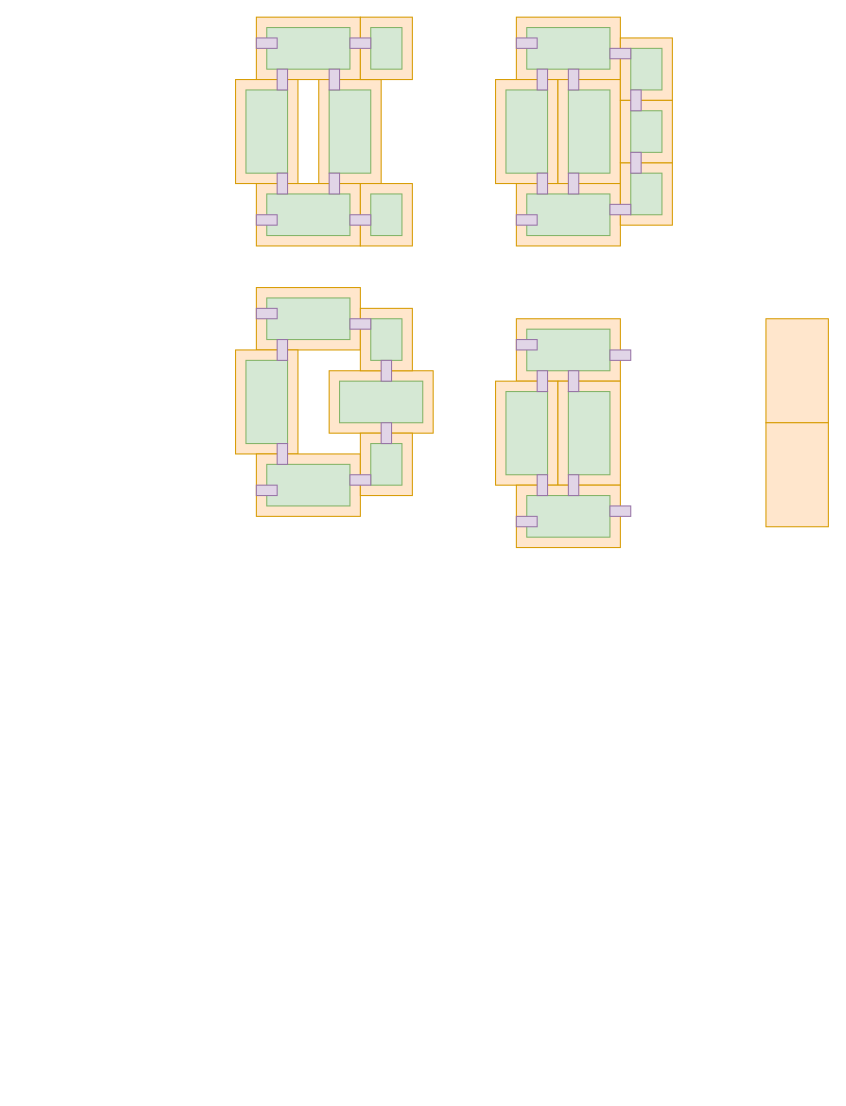
Above: StarRupture/BASE.drawio in JohnHavenward/Draw.io_Diagrams (draw.io), before the change. Source tidied: cells renumbered, new cells numbered last; positions are measured from the earlier drawing's top-left corner, leaving out a move shared by most shapes. Both pictures are drawn from the tidied source at 104%, with x=0, y=0 at pixel (214, 17).
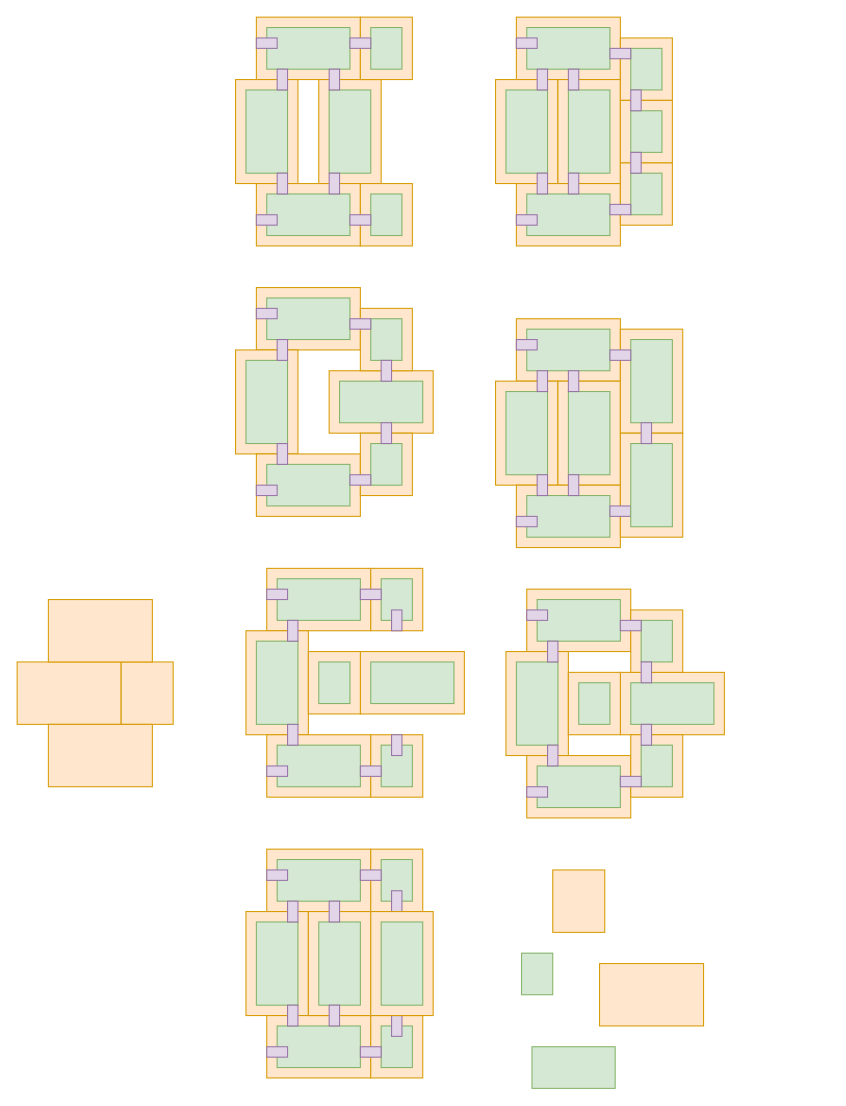
The same page after the edit.

Diff of the diagram source:
```diff
@@
-    <mxCell id="56" style="rounded=0;whiteSpace=wrap;html=1;fillColor=#e1d5e7;strokeColor=#9673a6;" parent="1" vertex="1">
-      <mxGeometry x="380" y="320" width="20" height="10" as="geometry" />
-    </mxCell>
@@
-    <mxCell id="59" style="rounded=0;whiteSpace=wrap;html=1;fillColor=#e1d5e7;strokeColor=#9673a6;" parent="1" vertex="1">
-      <mxGeometry x="380" y="470" width="20" height="10" as="geometry" />
-    </mxCell>
@@
     <mxCell id="62" style="rounded=0;whiteSpace=wrap;html=1;rotation=90;fillColor=#ffe6cc;strokeColor=#d79b00;" parent="1" vertex="1">
-      <mxGeometry x="510" y="310" width="100" height="60" as="geometry" />
+      <mxGeometry x="370" y="320" width="100" height="60" as="geometry" />
     </mxCell>
     <mxCell id="63" style="rounded=0;whiteSpace=wrap;html=1;rotation=90;fillColor=#ffe6cc;strokeColor=#d79b00;" parent="1" vertex="1">
-      <mxGeometry x="510" y="410" width="100" height="60" as="geometry" />
+      <mxGeometry x="370" y="420" width="100" height="60" as="geometry" />
     </mxCell>
@@
+    <mxCell id="59" style="rounded=0;whiteSpace=wrap;html=1;fillColor=#e1d5e7;strokeColor=#9673a6;" parent="1" vertex="1">
+      <mxGeometry x="380" y="470" width="20" height="10" as="geometry" />
+    </mxCell>
@@
+    <mxCell id="84" style="rounded=0;whiteSpace=wrap;html=1;rotation=90;fillColor=#d5e8d4;strokeColor=#82b366;" parent="1" vertex="1">
+      <mxGeometry x="380" y="330" width="80" height="40" as="geometry" />
+    </mxCell>
+    <mxCell id="85" style="rounded=0;whiteSpace=wrap;html=1;rotation=90;fillColor=#d5e8d4;strokeColor=#82b366;" parent="1" vertex="1">
+      <mxGeometry x="380" y="430" width="80" height="40" as="geometry" />
+    </mxCell>
+    <mxCell id="56" style="rounded=0;whiteSpace=wrap;html=1;fillColor=#e1d5e7;strokeColor=#9673a6;" parent="1" vertex="1">
+      <mxGeometry x="380" y="320" width="20" height="10" as="geometry" />
+    </mxCell>
+    <mxCell id="86" style="rounded=0;whiteSpace=wrap;html=1;fillColor=#e1d5e7;strokeColor=#9673a6;" parent="1" vertex="1">
+      <mxGeometry x="410" y="390" width="10" height="20" as="geometry" />
+    </mxCell>
+    <mxCell id="87" style="rounded=0;whiteSpace=wrap;html=1;fillColor=#ffe6cc;strokeColor=#d79b00;fillStyle=auto;strokeWidth=1;perimeterSpacing=0;" parent="1" vertex="1">
+      <mxGeometry x="-190" y="620" width="100" height="60" as="geometry" />
+    </mxCell>
+    <mxCell id="88" style="rounded=0;whiteSpace=wrap;html=1;fillColor=#ffe6cc;strokeColor=#d79b00;fillStyle=auto;strokeWidth=1;perimeterSpacing=0;" parent="1" vertex="1">
+      <mxGeometry x="-90" y="620" width="50" height="60" as="geometry" />
+    </mxCell>
+    <mxCell id="89" style="rounded=0;whiteSpace=wrap;html=1;fillColor=#ffe6cc;strokeColor=#d79b00;fillStyle=auto;strokeWidth=1;perimeterSpacing=0;" parent="1" vertex="1">
+      <mxGeometry x="-160" y="560" width="100" height="60" as="geometry" />
+    </mxCell>
+    <mxCell id="90" style="rounded=0;whiteSpace=wrap;html=1;fillColor=#ffe6cc;strokeColor=#d79b00;fillStyle=auto;strokeWidth=1;perimeterSpacing=0;" parent="1" vertex="1">
+      <mxGeometry x="-160" y="680" width="100" height="60" as="geometry" />
+    </mxCell>
+    <mxCell id="91" style="rounded=0;whiteSpace=wrap;html=1;fillColor=#ffe6cc;strokeColor=#d79b00;fillStyle=auto;strokeWidth=1;perimeterSpacing=0;" parent="1" vertex="1">
+      <mxGeometry x="300" y="550" width="100" height="60" as="geometry" />
+    </mxCell>
+    <mxCell id="92" style="rounded=0;whiteSpace=wrap;html=1;rotation=90;fillColor=#ffe6cc;strokeColor=#d79b00;" parent="1" vertex="1">
+      <mxGeometry x="260" y="630" width="100" height="60" as="geometry" />
+    </mxCell>
+    <mxCell id="93" style="rounded=0;whiteSpace=wrap;html=1;rotation=90;fillColor=#ffe6cc;strokeColor=#d79b00;direction=south;" parent="1" vertex="1">
+      <mxGeometry x="410" y="610" width="60" height="100" as="geometry" />
+    </mxCell>
+    <mxCell id="94" style="rounded=0;whiteSpace=wrap;html=1;fillColor=#d5e8d4;strokeColor=#82b366;" parent="1" vertex="1">
+      <mxGeometry x="310" y="560" width="80" height="40" as="geometry" />
+    </mxCell>
+    <mxCell id="95" style="rounded=0;whiteSpace=wrap;html=1;rotation=90;fillColor=#d5e8d4;strokeColor=#82b366;" parent="1" vertex="1">
+      <mxGeometry x="270" y="640" width="80" height="40" as="geometry" />
+    </mxCell>
+    <mxCell id="96" style="rounded=0;whiteSpace=wrap;html=1;rotation=90;fillColor=#d5e8d4;strokeColor=#82b366;direction=south;" parent="1" vertex="1">
+      <mxGeometry x="420" y="620" width="40" height="80" as="geometry" />
+    </mxCell>
+    <mxCell id="97" style="rounded=0;whiteSpace=wrap;html=1;fillColor=#ffe6cc;strokeColor=#d79b00;fillStyle=auto;strokeWidth=1;perimeterSpacing=0;" parent="1" vertex="1">
+      <mxGeometry x="300" y="710" width="100" height="60" as="geometry" />
+    </mxCell>
+    <mxCell id="98" style="rounded=0;whiteSpace=wrap;html=1;fillColor=#d5e8d4;strokeColor=#82b366;" parent="1" vertex="1">
+      <mxGeometry x="310" y="720" width="80" height="40" as="geometry" />
+    </mxCell>
+    <mxCell id="99" style="rounded=0;whiteSpace=wrap;html=1;fillColor=#ffe6cc;strokeColor=#d79b00;fillStyle=auto;strokeWidth=1;perimeterSpacing=0;" parent="1" vertex="1">
+      <mxGeometry x="400" y="570" width="50" height="60" as="geometry" />
+    </mxCell>
+    <mxCell id="100" style="rounded=0;whiteSpace=wrap;html=1;fillColor=#d5e8d4;strokeColor=#82b366;" parent="1" vertex="1">
+      <mxGeometry x="410" y="580" width="30" height="40" as="geometry" />
+    </mxCell>
+    <mxCell id="101" style="rounded=0;whiteSpace=wrap;html=1;fillColor=#ffe6cc;strokeColor=#d79b00;fillStyle=auto;strokeWidth=1;perimeterSpacing=0;" parent="1" vertex="1">
+      <mxGeometry x="400" y="690" width="50" height="60" as="geometry" />
+    </mxCell>
+    <mxCell id="102" style="rounded=0;whiteSpace=wrap;html=1;fillColor=#d5e8d4;strokeColor=#82b366;" parent="1" vertex="1">
+      <mxGeometry x="410" y="700" width="30" height="40" as="geometry" />
+    </mxCell>
+    <mxCell id="103" style="rounded=0;whiteSpace=wrap;html=1;fillColor=#e1d5e7;strokeColor=#9673a6;" parent="1" vertex="1">
+      <mxGeometry x="320" y="700" width="10" height="20" as="geometry" />
+    </mxCell>
+    <mxCell id="104" style="rounded=0;whiteSpace=wrap;html=1;fillColor=#e1d5e7;strokeColor=#9673a6;" parent="1" vertex="1">
+      <mxGeometry x="320" y="600" width="10" height="20" as="geometry" />
+    </mxCell>
+    <mxCell id="105" style="rounded=0;whiteSpace=wrap;html=1;fillColor=#e1d5e7;strokeColor=#9673a6;" parent="1" vertex="1">
+      <mxGeometry x="300" y="570" width="20" height="10" as="geometry" />
+    </mxCell>
+    <mxCell id="106" style="rounded=0;whiteSpace=wrap;html=1;fillColor=#e1d5e7;strokeColor=#9673a6;" parent="1" vertex="1">
+      <mxGeometry x="300" y="740" width="20" height="10" as="geometry" />
+    </mxCell>
+    <mxCell id="107" style="rounded=0;whiteSpace=wrap;html=1;fillColor=#e1d5e7;strokeColor=#9673a6;" parent="1" vertex="1">
+      <mxGeometry x="390" y="580" width="20" height="10" as="geometry" />
+    </mxCell>
+    <mxCell id="108" style="rounded=0;whiteSpace=wrap;html=1;fillColor=#e1d5e7;strokeColor=#9673a6;" parent="1" vertex="1">
+      <mxGeometry x="390" y="730" width="20" height="10" as="geometry" />
+    </mxCell>
+    <mxCell id="109" style="rounded=0;whiteSpace=wrap;html=1;fillColor=#e1d5e7;strokeColor=#9673a6;" parent="1" vertex="1">
+      <mxGeometry x="410" y="680" width="10" height="20" as="geometry" />
+    </mxCell>
+    <mxCell id="110" style="rounded=0;whiteSpace=wrap;html=1;fillColor=#e1d5e7;strokeColor=#9673a6;" parent="1" vertex="1">
+      <mxGeometry x="410" y="620" width="10" height="20" as="geometry" />
+    </mxCell>
+    <mxCell id="111" style="rounded=0;whiteSpace=wrap;html=1;fillColor=#ffe6cc;strokeColor=#d79b00;fillStyle=auto;strokeWidth=1;perimeterSpacing=0;" parent="1" vertex="1">
+      <mxGeometry x="340" y="630" width="50" height="60" as="geometry" />
+    </mxCell>
+    <mxCell id="112" style="rounded=0;whiteSpace=wrap;html=1;fillColor=#d5e8d4;strokeColor=#82b366;" parent="1" vertex="1">
+      <mxGeometry x="350" y="640" width="30" height="40" as="geometry" />
+    </mxCell>
+    <mxCell id="113" style="rounded=0;whiteSpace=wrap;html=1;fillColor=#ffe6cc;strokeColor=#d79b00;fillStyle=auto;strokeWidth=1;perimeterSpacing=0;" parent="1" vertex="1">
+      <mxGeometry x="50" y="530" width="100" height="60" as="geometry" />
+    </mxCell>
+    <mxCell id="114" style="rounded=0;whiteSpace=wrap;html=1;rotation=90;fillColor=#ffe6cc;strokeColor=#d79b00;" parent="1" vertex="1">
+      <mxGeometry x="10" y="610" width="100" height="60" as="geometry" />
+    </mxCell>
+    <mxCell id="115" style="rounded=0;whiteSpace=wrap;html=1;rotation=90;fillColor=#ffe6cc;strokeColor=#d79b00;direction=south;" parent="1" vertex="1">
+      <mxGeometry x="160" y="590" width="60" height="100" as="geometry" />
+    </mxCell>
+    <mxCell id="116" style="rounded=0;whiteSpace=wrap;html=1;fillColor=#d5e8d4;strokeColor=#82b366;" parent="1" vertex="1">
+      <mxGeometry x="60" y="540" width="80" height="40" as="geometry" />
+    </mxCell>
+    <mxCell id="117" style="rounded=0;whiteSpace=wrap;html=1;rotation=90;fillColor=#d5e8d4;strokeColor=#82b366;" parent="1" vertex="1">
+      <mxGeometry x="20" y="620" width="80" height="40" as="geometry" />
+    </mxCell>
+    <mxCell id="118" style="rounded=0;whiteSpace=wrap;html=1;rotation=90;fillColor=#d5e8d4;strokeColor=#82b366;direction=south;" parent="1" vertex="1">
+      <mxGeometry x="170" y="600" width="40" height="80" as="geometry" />
+    </mxCell>
+    <mxCell id="119" style="rounded=0;whiteSpace=wrap;html=1;fillColor=#ffe6cc;strokeColor=#d79b00;fillStyle=auto;strokeWidth=1;perimeterSpacing=0;" parent="1" vertex="1">
+      <mxGeometry x="50" y="690" width="100" height="60" as="geometry" />
+    </mxCell>
+    <mxCell id="120" style="rounded=0;whiteSpace=wrap;html=1;fillColor=#d5e8d4;strokeColor=#82b366;" parent="1" vertex="1">
+      <mxGeometry x="60" y="700" width="80" height="40" as="geometry" />
+    </mxCell>
+    <mxCell id="121" style="rounded=0;whiteSpace=wrap;html=1;fillColor=#ffe6cc;strokeColor=#d79b00;fillStyle=auto;strokeWidth=1;perimeterSpacing=0;" parent="1" vertex="1">
+      <mxGeometry x="150" y="530" width="50" height="60" as="geometry" />
+    </mxCell>
+    <mxCell id="122" style="rounded=0;whiteSpace=wrap;html=1;fillColor=#d5e8d4;strokeColor=#82b366;" parent="1" vertex="1">
+      <mxGeometry x="160" y="540" width="30" height="40" as="geometry" />
+    </mxCell>
+    <mxCell id="123" style="rounded=0;whiteSpace=wrap;html=1;fillColor=#ffe6cc;strokeColor=#d79b00;fillStyle=auto;strokeWidth=1;perimeterSpacing=0;" parent="1" vertex="1">
+      <mxGeometry x="150" y="690" width="50" height="60" as="geometry" />
+    </mxCell>
+    <mxCell id="124" style="rounded=0;whiteSpace=wrap;html=1;fillColor=#d5e8d4;strokeColor=#82b366;" parent="1" vertex="1">
+      <mxGeometry x="160" y="700" width="30" height="40" as="geometry" />
+    </mxCell>
+    <mxCell id="125" style="rounded=0;whiteSpace=wrap;html=1;fillColor=#e1d5e7;strokeColor=#9673a6;" parent="1" vertex="1">
+      <mxGeometry x="70" y="680" width="10" height="20" as="geometry" />
+    </mxCell>
+    <mxCell id="126" style="rounded=0;whiteSpace=wrap;html=1;fillColor=#e1d5e7;strokeColor=#9673a6;" parent="1" vertex="1">
+      <mxGeometry x="70" y="580" width="10" height="20" as="geometry" />
+    </mxCell>
+    <mxCell id="127" style="rounded=0;whiteSpace=wrap;html=1;fillColor=#e1d5e7;strokeColor=#9673a6;" parent="1" vertex="1">
+      <mxGeometry x="50" y="550" width="20" height="10" as="geometry" />
+    </mxCell>
+    <mxCell id="128" style="rounded=0;whiteSpace=wrap;html=1;fillColor=#e1d5e7;strokeColor=#9673a6;" parent="1" vertex="1">
+      <mxGeometry x="50" y="720" width="20" height="10" as="geometry" />
+    </mxCell>
+    <mxCell id="129" style="rounded=0;whiteSpace=wrap;html=1;fillColor=#e1d5e7;strokeColor=#9673a6;" parent="1" vertex="1">
+      <mxGeometry x="140" y="550" width="20" height="10" as="geometry" />
+    </mxCell>
+    <mxCell id="130" style="rounded=0;whiteSpace=wrap;html=1;fillColor=#e1d5e7;strokeColor=#9673a6;" parent="1" vertex="1">
+      <mxGeometry x="140" y="720" width="20" height="10" as="geometry" />
+    </mxCell>
+    <mxCell id="131" style="rounded=0;whiteSpace=wrap;html=1;fillColor=#e1d5e7;strokeColor=#9673a6;" parent="1" vertex="1">
+      <mxGeometry x="170" y="690" width="10" height="20" as="geometry" />
+    </mxCell>
+    <mxCell id="132" style="rounded=0;whiteSpace=wrap;html=1;fillColor=#e1d5e7;strokeColor=#9673a6;" parent="1" vertex="1">
+      <mxGeometry x="170" y="570" width="10" height="20" as="geometry" />
+    </mxCell>
+    <mxCell id="133" style="rounded=0;whiteSpace=wrap;html=1;fillColor=#ffe6cc;strokeColor=#d79b00;fillStyle=auto;strokeWidth=1;perimeterSpacing=0;" parent="1" vertex="1">
+      <mxGeometry x="90" y="610" width="50" height="60" as="geometry" />
+    </mxCell>
+    <mxCell id="134" style="rounded=0;whiteSpace=wrap;html=1;fillColor=#d5e8d4;strokeColor=#82b366;" parent="1" vertex="1">
+      <mxGeometry x="100" y="620" width="30" height="40" as="geometry" />
+    </mxCell>
+    <mxCell id="135" style="rounded=0;whiteSpace=wrap;html=1;fillColor=#ffe6cc;strokeColor=#d79b00;fillStyle=auto;strokeWidth=1;perimeterSpacing=0;" parent="1" vertex="1">
+      <mxGeometry x="50" y="800" width="100" height="60" as="geometry" />
+    </mxCell>
+    <mxCell id="136" style="rounded=0;whiteSpace=wrap;html=1;rotation=90;fillColor=#ffe6cc;strokeColor=#d79b00;" parent="1" vertex="1">
+      <mxGeometry x="10" y="880" width="100" height="60" as="geometry" />
+    </mxCell>
+    <mxCell id="137" style="rounded=0;whiteSpace=wrap;html=1;rotation=90;fillColor=#ffe6cc;strokeColor=#d79b00;direction=south;" parent="1" vertex="1">
+      <mxGeometry x="390" y="890" width="60" height="100" as="geometry" />
+    </mxCell>
+    <mxCell id="138" style="rounded=0;whiteSpace=wrap;html=1;fillColor=#d5e8d4;strokeColor=#82b366;" parent="1" vertex="1">
+      <mxGeometry x="60" y="810" width="80" height="40" as="geometry" />
+    </mxCell>
+    <mxCell id="139" style="rounded=0;whiteSpace=wrap;html=1;rotation=90;fillColor=#d5e8d4;strokeColor=#82b366;" parent="1" vertex="1">
+      <mxGeometry x="20" y="890" width="80" height="40" as="geometry" />
+    </mxCell>
+    <mxCell id="140" style="rounded=0;whiteSpace=wrap;html=1;rotation=90;fillColor=#d5e8d4;strokeColor=#82b366;direction=south;" parent="1" vertex="1">
+      <mxGeometry x="325" y="970" width="40" height="80" as="geometry" />
+    </mxCell>
+    <mxCell id="141" style="rounded=0;whiteSpace=wrap;html=1;fillColor=#ffe6cc;strokeColor=#d79b00;fillStyle=auto;strokeWidth=1;perimeterSpacing=0;" parent="1" vertex="1">
+      <mxGeometry x="50" y="960" width="100" height="60" as="geometry" />
+    </mxCell>
+    <mxCell id="142" style="rounded=0;whiteSpace=wrap;html=1;fillColor=#d5e8d4;strokeColor=#82b366;" parent="1" vertex="1">
+      <mxGeometry x="60" y="970" width="80" height="40" as="geometry" />
+    </mxCell>
+    <mxCell id="143" style="rounded=0;whiteSpace=wrap;html=1;fillColor=#ffe6cc;strokeColor=#d79b00;fillStyle=auto;strokeWidth=1;perimeterSpacing=0;" parent="1" vertex="1">
+      <mxGeometry x="150" y="800" width="50" height="60" as="geometry" />
+    </mxCell>
+    <mxCell id="144" style="rounded=0;whiteSpace=wrap;html=1;fillColor=#d5e8d4;strokeColor=#82b366;" parent="1" vertex="1">
+      <mxGeometry x="160" y="810" width="30" height="40" as="geometry" />
+    </mxCell>
+    <mxCell id="145" style="rounded=0;whiteSpace=wrap;html=1;fillColor=#ffe6cc;strokeColor=#d79b00;fillStyle=auto;strokeWidth=1;perimeterSpacing=0;" parent="1" vertex="1">
+      <mxGeometry x="150" y="960" width="50" height="60" as="geometry" />
+    </mxCell>
+    <mxCell id="146" style="rounded=0;whiteSpace=wrap;html=1;fillColor=#d5e8d4;strokeColor=#82b366;" parent="1" vertex="1">
+      <mxGeometry x="160" y="970" width="30" height="40" as="geometry" />
+    </mxCell>
+    <mxCell id="147" style="rounded=0;whiteSpace=wrap;html=1;fillColor=#e1d5e7;strokeColor=#9673a6;" parent="1" vertex="1">
+      <mxGeometry x="70" y="950" width="10" height="20" as="geometry" />
+    </mxCell>
+    <mxCell id="148" style="rounded=0;whiteSpace=wrap;html=1;fillColor=#e1d5e7;strokeColor=#9673a6;" parent="1" vertex="1">
+      <mxGeometry x="70" y="850" width="10" height="20" as="geometry" />
+    </mxCell>
+    <mxCell id="149" style="rounded=0;whiteSpace=wrap;html=1;fillColor=#e1d5e7;strokeColor=#9673a6;" parent="1" vertex="1">
+      <mxGeometry x="50" y="820" width="20" height="10" as="geometry" />
+    </mxCell>
+    <mxCell id="150" style="rounded=0;whiteSpace=wrap;html=1;fillColor=#e1d5e7;strokeColor=#9673a6;" parent="1" vertex="1">
+      <mxGeometry x="50" y="990" width="20" height="10" as="geometry" />
+    </mxCell>
+    <mxCell id="151" style="rounded=0;whiteSpace=wrap;html=1;fillColor=#e1d5e7;strokeColor=#9673a6;" parent="1" vertex="1">
+      <mxGeometry x="140" y="820" width="20" height="10" as="geometry" />
+    </mxCell>
+    <mxCell id="152" style="rounded=0;whiteSpace=wrap;html=1;fillColor=#e1d5e7;strokeColor=#9673a6;" parent="1" vertex="1">
+      <mxGeometry x="140" y="990" width="20" height="10" as="geometry" />
+    </mxCell>
+    <mxCell id="153" style="rounded=0;whiteSpace=wrap;html=1;fillColor=#e1d5e7;strokeColor=#9673a6;" parent="1" vertex="1">
+      <mxGeometry x="170" y="960" width="10" height="20" as="geometry" />
+    </mxCell>
+    <mxCell id="154" style="rounded=0;whiteSpace=wrap;html=1;fillColor=#e1d5e7;strokeColor=#9673a6;" parent="1" vertex="1">
+      <mxGeometry x="170" y="840" width="10" height="20" as="geometry" />
+    </mxCell>
+    <mxCell id="155" style="rounded=0;whiteSpace=wrap;html=1;fillColor=#ffe6cc;strokeColor=#d79b00;fillStyle=auto;strokeWidth=1;perimeterSpacing=0;" parent="1" vertex="1">
+      <mxGeometry x="325" y="820" width="50" height="60" as="geometry" />
+    </mxCell>
+    <mxCell id="156" style="rounded=0;whiteSpace=wrap;html=1;fillColor=#d5e8d4;strokeColor=#82b366;" parent="1" vertex="1">
+      <mxGeometry x="295" y="900" width="30" height="40" as="geometry" />
+    </mxCell>
+    <mxCell id="157" style="rounded=0;whiteSpace=wrap;html=1;rotation=90;fillColor=#ffe6cc;strokeColor=#d79b00;direction=west;" parent="1" vertex="1">
+      <mxGeometry x="70" y="880" width="100" height="60" as="geometry" />
+    </mxCell>
+    <mxCell id="158" style="rounded=0;whiteSpace=wrap;html=1;rotation=90;fillColor=#ffe6cc;strokeColor=#d79b00;direction=west;" parent="1" vertex="1">
+      <mxGeometry x="130" y="880" width="100" height="60" as="geometry" />
+    </mxCell>
+    <mxCell id="159" style="rounded=0;whiteSpace=wrap;html=1;rotation=90;fillColor=#d5e8d4;strokeColor=#82b366;direction=west;" parent="1" vertex="1">
+      <mxGeometry x="80" y="890" width="80" height="40" as="geometry" />
+    </mxCell>
+    <mxCell id="160" style="rounded=0;whiteSpace=wrap;html=1;fillColor=#e1d5e7;strokeColor=#9673a6;" parent="1" vertex="1">
+      <mxGeometry x="110" y="950" width="10" height="20" as="geometry" />
+    </mxCell>
+    <mxCell id="161" style="rounded=0;whiteSpace=wrap;html=1;fillColor=#e1d5e7;strokeColor=#9673a6;" parent="1" vertex="1">
+      <mxGeometry x="110" y="850" width="10" height="20" as="geometry" />
+    </mxCell>
+    <mxCell id="162" style="rounded=0;whiteSpace=wrap;html=1;rotation=90;fillColor=#d5e8d4;strokeColor=#82b366;direction=west;" parent="1" vertex="1">
+      <mxGeometry x="140" y="890" width="80" height="40" as="geometry" />
+    </mxCell>
```
